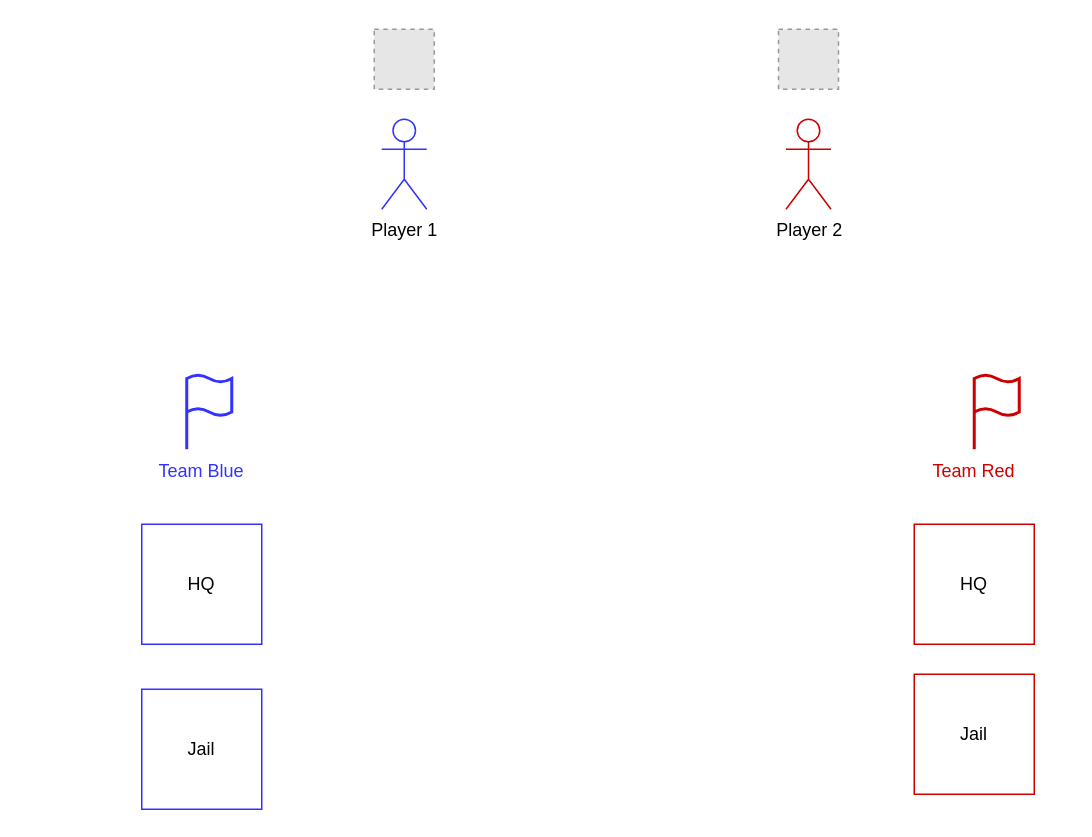
Hg347/ctf-rush keeps this draw.io diagram as concept/Use Case 001.drawio. Above is the earlier version. Source tidied: cells renumbered, new cells numbered last; positions are measured from the earlier drawing's top-left corner, leaving out a move shared by most shapes. Both pictures are drawn from the tidied source at 150%, with x=0, y=0 at pixel (141, 28). Pictures stored in the file or linked from it are replaced by grey dashed boxes.
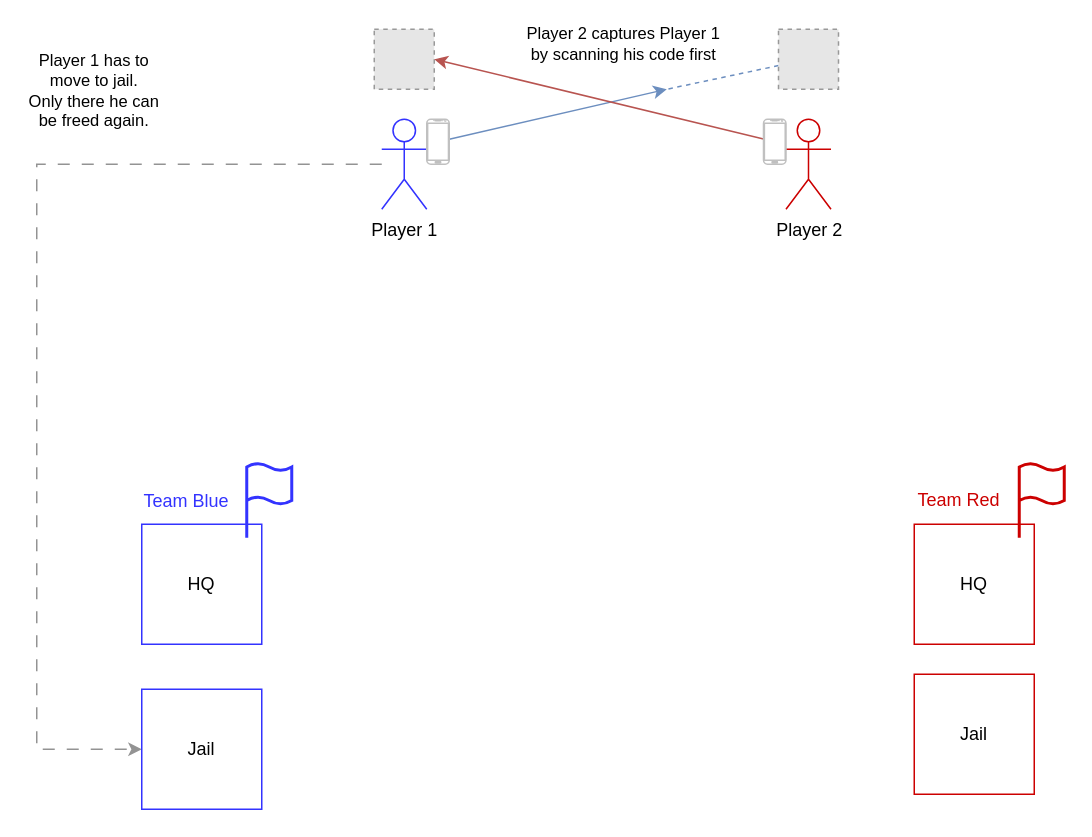
After the change.

The change refers to these unchanged cells:
```xml
<mxCell id="2" value="Player 1" style="shape=umlActor;verticalLabelPosition=bottom;verticalAlign=top;html=1;outlineConnect=0;strokeColor=#3333FF;" parent="1" vertex="1">
  <mxGeometry x="160" y="60" width="30" height="60" as="geometry" />
</mxCell>
<mxCell id="3" style="fillColor=#E6E6E6;strokeColor=#999999;dashed=1;html=1;verticalAlign=top;verticalLabelPosition=bottom;labelBackgroundColor=#ffffff;" parent="1" vertex="1">
  <mxGeometry x="155" width="40" height="40" as="geometry" />
</mxCell>
<mxCell id="5" style="fillColor=#E6E6E6;strokeColor=#999999;dashed=1;html=1;verticalAlign=top;verticalLabelPosition=bottom;labelBackgroundColor=#ffffff;" parent="1" vertex="1">
  <mxGeometry x="424.5" width="40" height="40" as="geometry" />
</mxCell>
<mxCell id="12" value="Jail" style="whiteSpace=wrap;html=1;strokeColor=#3333FF;" parent="1" vertex="1">
  <mxGeometry y="440" width="80" height="80" as="geometry" />
</mxCell>
```

The edit, as a diff of the source:
```diff
@@
+    <mxCell id="14" style="edgeStyle=orthogonalEdgeStyle;rounded=0;jettySize=auto;html=1;entryX=0;entryY=0.5;entryDx=0;entryDy=0;dashed=1;dashPattern=8 8;fillColor=#f5f5f5;strokeColor=#939393;" parent="1" edge="1" source="2" target="12">
+      <mxGeometry relative="1" as="geometry">
+        <Array as="points">
+          <mxPoint x="-70" y="90" />
+          <mxPoint x="-70" y="480" />
+        </Array>
+      </mxGeometry>
+    </mxCell>
+    <mxCell id="15" value="Player 1 has to &lt;br&gt;move to jail.&lt;br&gt;Only there he can &lt;br&gt;be freed again." style="edgeLabel;html=1;align=center;verticalAlign=middle;" parent="14" vertex="1">
+      <mxGeometry x="-0.44" y="5" relative="1" as="geometry">
+        <mxPoint y="-55" as="offset" />
+      </mxGeometry>
+    </mxCell>
@@
+    <mxCell id="16" style="edgeStyle=none;rounded=0;jettySize=auto;html=1;fillColor=#dae8fc;strokeColor=#6c8ebf;endArrow=none;startFill=0;dashed=1;" parent="1" edge="1" source="5">
+      <mxGeometry relative="1" as="geometry">
+        <mxPoint x="350" y="40" as="targetPoint" />
+      </mxGeometry>
+    </mxCell>
@@
     <mxCell id="6" value="&lt;span style=&quot;color: rgb(51, 51, 255);&quot;&gt;Team Blue&lt;/span&gt;" style="text;html=1;align=center;verticalAlign=middle;whiteSpace=wrap;rounded=0;" parent="1" vertex="1">
-      <mxGeometry x="10" y="280" width="60" height="30" as="geometry" />
+      <mxGeometry y="300" width="60" height="30" as="geometry" />
     </mxCell>
     <mxCell id="7" value="&lt;span style=&quot;color: rgb(204, 0, 0);&quot;&gt;Team Red&lt;/span&gt;" style="text;html=1;align=center;verticalAlign=middle;whiteSpace=wrap;rounded=0;" parent="1" vertex="1">
-      <mxGeometry x="525" y="280" width="60" height="30" as="geometry" />
+      <mxGeometry x="515" y="299" width="60" height="30" as="geometry" />
     </mxCell>
-    <mxCell id="8" style="html=1;verticalLabelPosition=bottom;align=center;labelBackgroundColor=#ffffff;verticalAlign=top;strokeWidth=2;strokeColor=#3333FF;shadow=0;dashed=0;shape=mxgraph.ios7.icons.flag;" parent="1" vertex="1">
-      <mxGeometry x="30" y="230" width="30" height="50" as="geometry" />
-    </mxCell>
-    <mxCell id="9" style="html=1;verticalLabelPosition=bottom;align=center;labelBackgroundColor=#ffffff;verticalAlign=top;strokeWidth=2;strokeColor=#CC0000;shadow=0;dashed=0;shape=mxgraph.ios7.icons.flag;" parent="1" vertex="1">
-      <mxGeometry x="555" y="230" width="30" height="50" as="geometry" />
-    </mxCell>
@@
+    <mxCell id="9" style="html=1;verticalLabelPosition=bottom;align=center;labelBackgroundColor=#ffffff;verticalAlign=top;strokeWidth=2;strokeColor=#CC0000;shadow=0;dashed=0;shape=mxgraph.ios7.icons.flag;" parent="1" vertex="1">
+      <mxGeometry x="585" y="289" width="30" height="50" as="geometry" />
+    </mxCell>
+    <mxCell id="8" style="html=1;verticalLabelPosition=bottom;align=center;labelBackgroundColor=#ffffff;verticalAlign=top;strokeWidth=2;strokeColor=#3333FF;shadow=0;dashed=0;shape=mxgraph.ios7.icons.flag;" parent="1" vertex="1">
+      <mxGeometry x="70" y="289" width="30" height="50" as="geometry" />
+    </mxCell>
+    <mxCell id="17" style="rounded=0;jettySize=auto;html=1;fillColor=#dae8fc;strokeColor=#6c8ebf;" parent="1" edge="1" source="18">
+      <mxGeometry relative="1" as="geometry">
+        <mxPoint x="350" y="40" as="targetPoint" />
+      </mxGeometry>
+    </mxCell>
+    <mxCell id="18" style="verticalLabelPosition=bottom;verticalAlign=top;html=1;shadow=0;dashed=0;strokeWidth=1;shape=mxgraph.android.phone2;strokeColor=#c0c0c0;" parent="1" vertex="1">
+      <mxGeometry x="190" y="60" width="15" height="30" as="geometry" />
+    </mxCell>
+    <mxCell id="19" style="rounded=0;jettySize=auto;html=1;entryX=1;entryY=0.5;entryDx=0;entryDy=0;fillColor=#f8cecc;strokeColor=#b85450;" parent="1" edge="1" source="21" target="3">
+      <mxGeometry relative="1" as="geometry" />
+    </mxCell>
+    <mxCell id="20" value="Player 2 captures Player 1 &lt;br&gt;by scanning his code first" style="edgeLabel;html=1;align=center;verticalAlign=middle;" parent="19" vertex="1">
+      <mxGeometry x="-0.01" y="-1" relative="1" as="geometry">
+        <mxPoint x="15" y="-36" as="offset" />
+      </mxGeometry>
+    </mxCell>
+    <mxCell id="21" style="verticalLabelPosition=bottom;verticalAlign=top;html=1;shadow=0;dashed=0;strokeWidth=1;shape=mxgraph.android.phone2;strokeColor=#c0c0c0;" parent="1" vertex="1">
+      <mxGeometry x="414.5" y="60" width="15" height="30" as="geometry" />
+    </mxCell>
```
